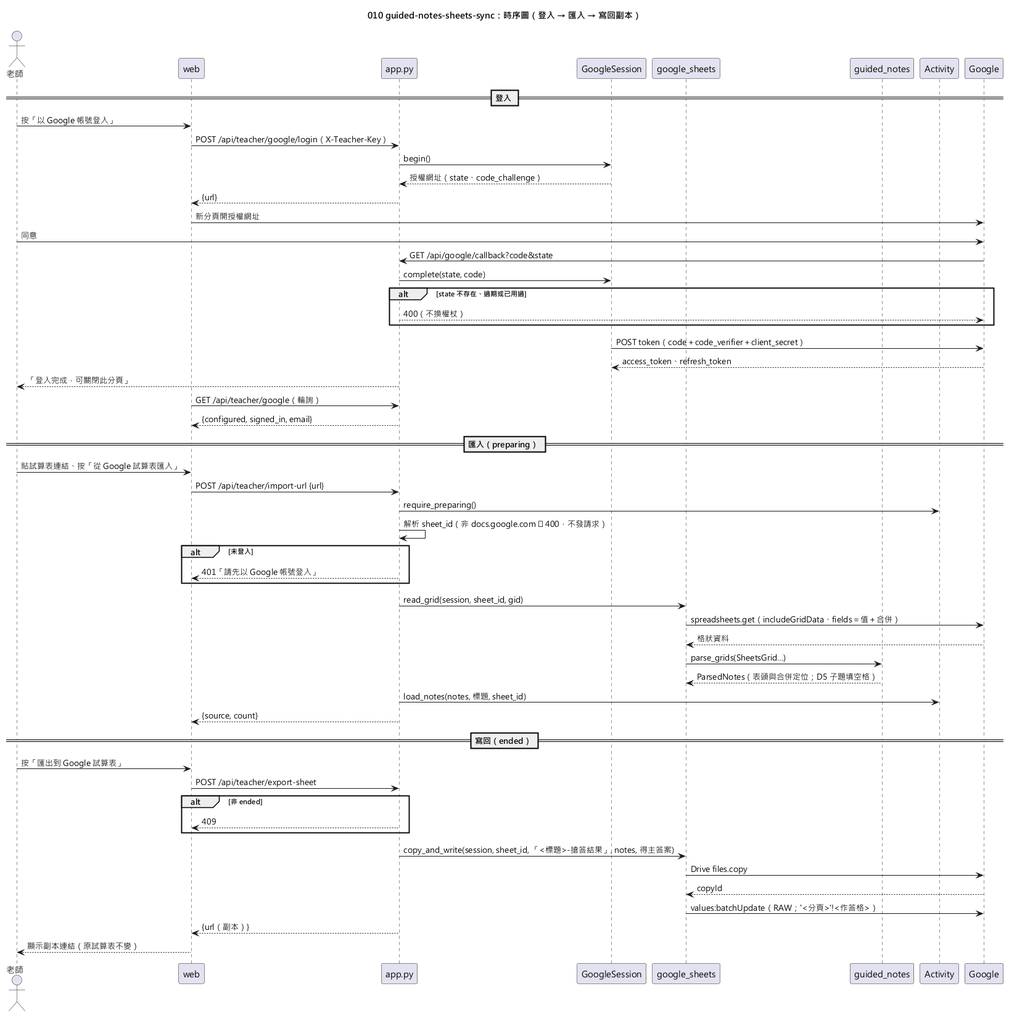
The PlantUML diagram diagrams/010-guided-notes-sheets-sync-sequence.png in yue083139/software_fin-speckit, before a commit.
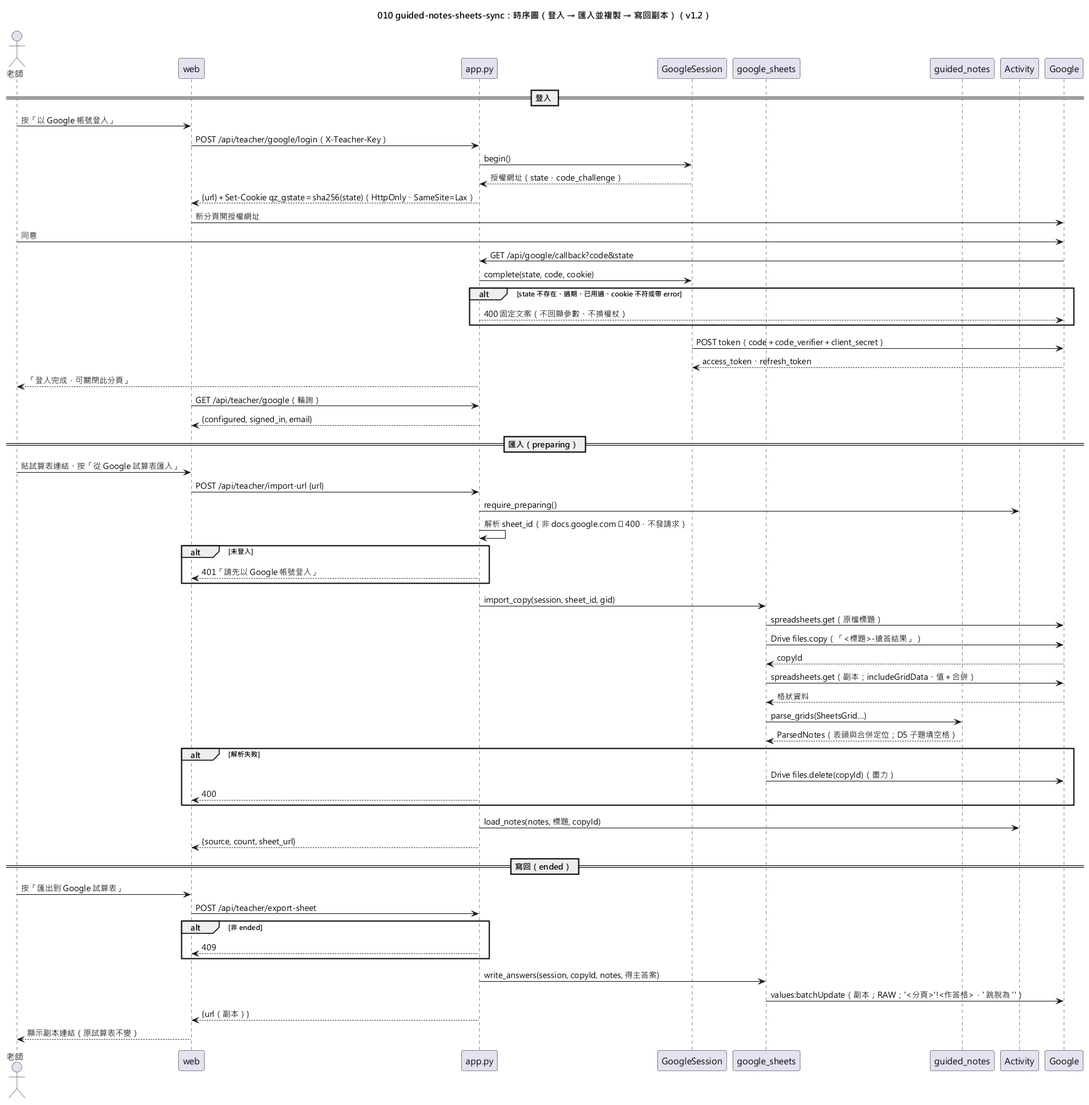
Above is the later version.

What changed in the source:
```diff
@@ -1,6 +1,6 @@
 @startuml 010-guided-notes-sheets-sync-sequence
 skinparamlocked defaultFontName Microsoft JhengHei
-title 010 guided-notes-sheets-sync：時序圖（登入 → 匯入 → 寫回副本）
+title 010 guided-notes-sheets-sync：時序圖（登入 → 匯入並複製 → 寫回副本）（v1.2）
 
 actor "老師" as T
 participant "web" as W
@@ -16,13 +16,13 @@
 W -> App : POST /api/teacher/google/login（X-Teacher-Key）
 App -> S : begin()
 S --> App : 授權網址（state、code_challenge）
-App --> W : {url}
+App --> W : {url}＋Set-Cookie qz_gstate＝sha256(state)（HttpOnly、SameSite=Lax）
 W -> G : 新分頁開授權網址
 T -> G : 同意
 G -> App : GET /api/google/callback?code&state
-App -> S : complete(state, code)
-alt state 不存在、過期或已用過
-  App --> G : 400（不換權杖）
+App -> S : complete(state, code, cookie)
+alt state 不存在、過期、已用過、cookie 不符或帶 error
+  App --> G : 400 固定文案（不回顯參數、不換權杖）
 end
 S -> G : POST token（code＋code_verifier＋client_secret）
 G --> S : access_token、refresh_token
@@ -38,13 +38,20 @@
 alt 未登入
   App --> W : 401「請先以 Google 帳號登入」
 end
-App -> GS : read_grid(session, sheet_id, gid)
-GS -> G : spreadsheets.get（includeGridData、fields＝值＋合併）
+App -> GS : import_copy(session, sheet_id, gid)
+GS -> G : spreadsheets.get（原檔標題）
+GS -> G : Drive files.copy（「<標題>-搶答結果」）
+G --> GS : copyId
+GS -> G : spreadsheets.get（副本；includeGridData、值＋合併）
 G --> GS : 格狀資料
 GS -> GN : parse_grids(SheetsGrid…)
 GN --> GS : ParsedNotes（表頭與合併定位；D5 子題填空格）
-App -> Act : load_notes(notes, 標題, sheet_id)
-App --> W : {source, count}
+alt 解析失敗
+  GS -> G : Drive files.delete(copyId)（盡力）
+  App --> W : 400
+end
+App -> Act : load_notes(notes, 標題, copyId)
+App --> W : {source, count, sheet_url}
 
 == 寫回（ended） ==
 T -> W : 按「匯出到 Google 試算表」
@@ -52,10 +59,8 @@
 alt 非 ended
   App --> W : 409
 end
-App -> GS : copy_and_write(session, sheet_id, 「<標題>-搶答結果」, notes, 得主答案)
-GS -> G : Drive files.copy
-G --> GS : copyId
-GS -> G : values:batchUpdate（RAW；'<分頁>'!<作答格>）
+App -> GS : write_answers(session, copyId, notes, 得主答案)
+GS -> G : values:batchUpdate（副本；RAW；'<分頁>'!<作答格>，' 跳脫為 ''）
 App --> W : {url（副本）}
 W --> T : 顯示副本連結（原試算表不變）
 @enduml
```
